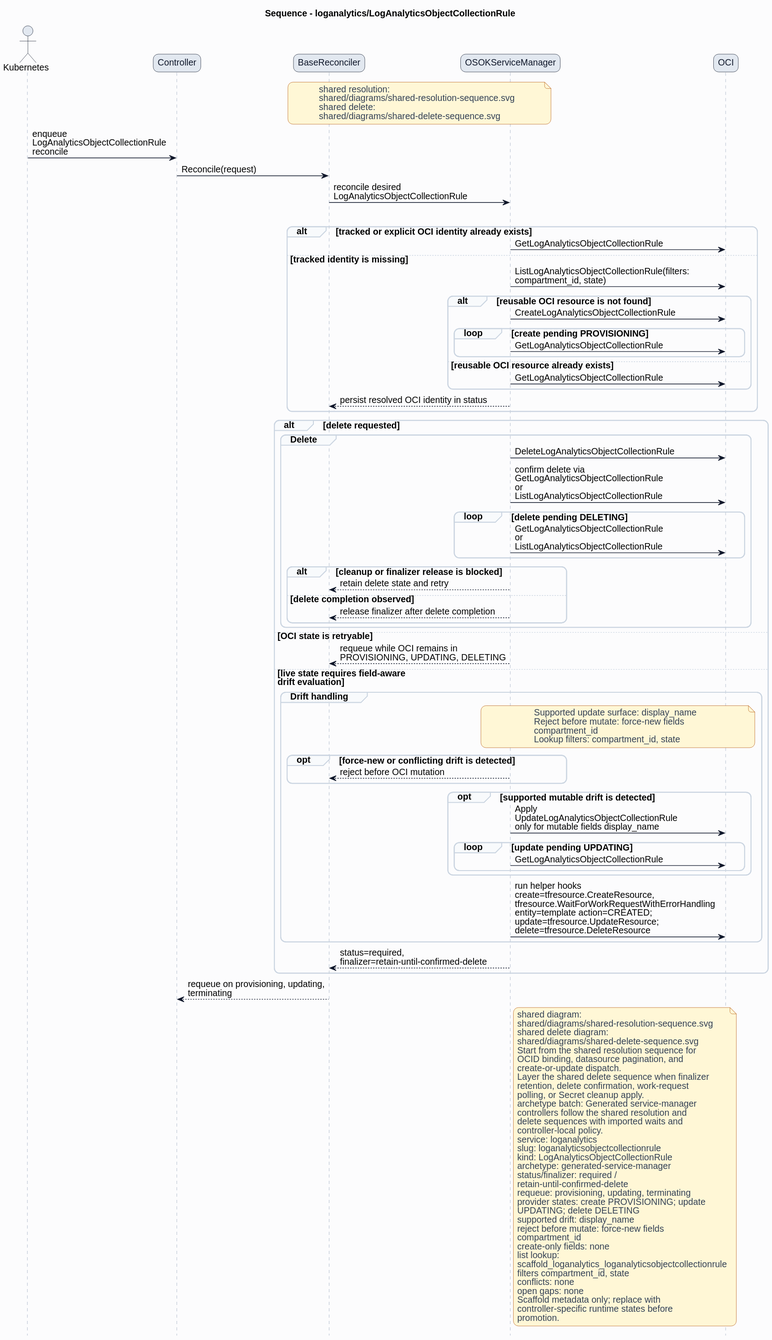
This is formal/controllers/loganalytics/loganalyticsobjectcollectionrule/diagrams/sequence.svg from HaoyL666/oci-service-operator, a PlantUML export, as it was before one commit.
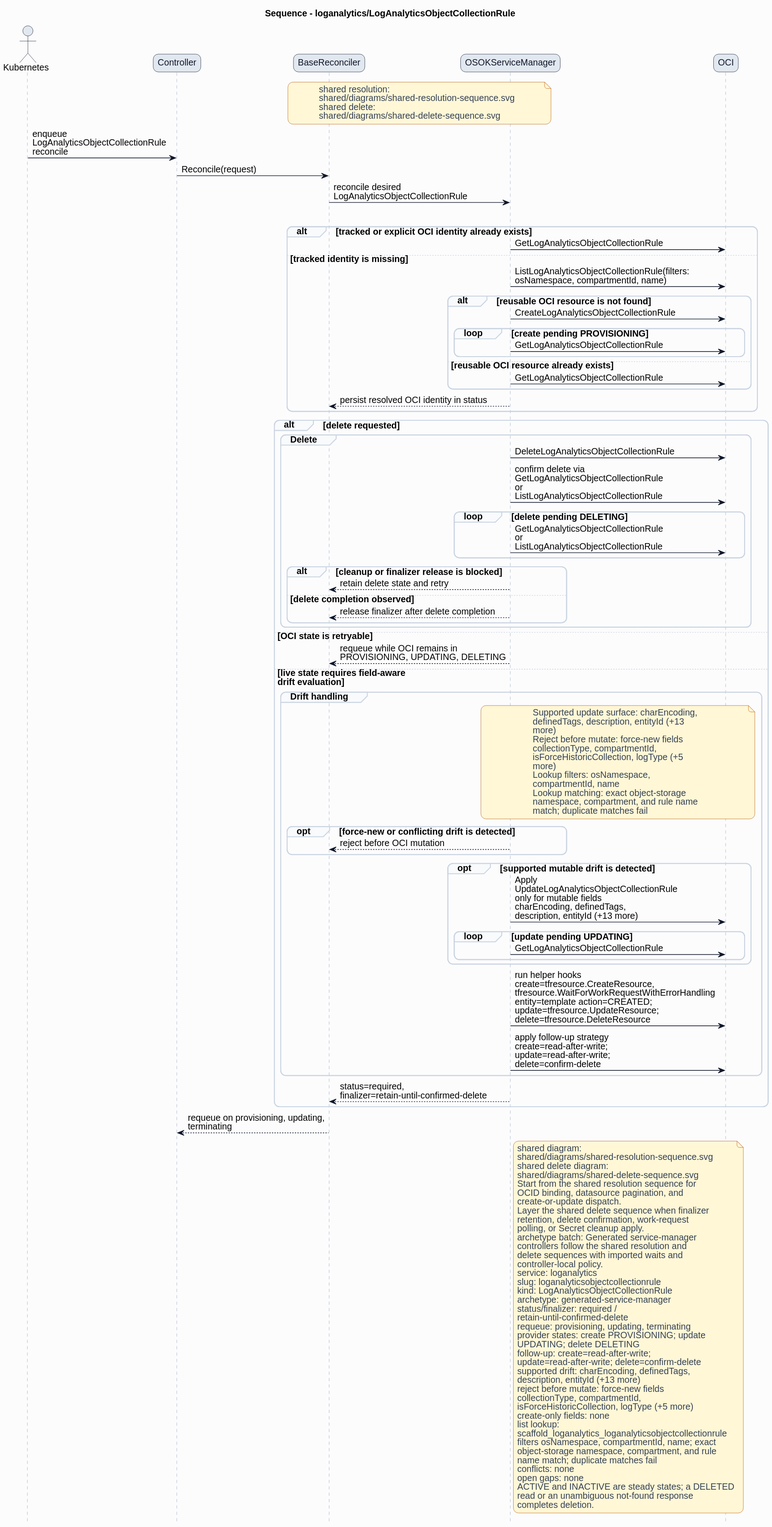
The same diagram one commit later.

Change to the diagram source:
```diff
@@ -38,7 +38,7 @@
 alt tracked or explicit OCI identity already exists
 ServiceManager -> OCI: GetLogAnalyticsObjectCollectionRule
 else tracked identity is missing
-ServiceManager -> OCI: ListLogAnalyticsObjectCollectionRule(filters:\ncompartment_id, state)
+ServiceManager -> OCI: ListLogAnalyticsObjectCollectionRule(filters:\nosNamespace, compartmentId, name)
 alt reusable OCI resource is not found
 ServiceManager -> OCI: CreateLogAnalyticsObjectCollectionRule
 loop create pending PROVISIONING
@@ -67,21 +67,30 @@
 else live state requires field-aware\ndrift evaluation
 group Drift handling
 note over ServiceManager,OCI
-Supported update surface: display_name
+Supported update surface: charEncoding,
+definedTags, description, entityId (+13
+more)
 Reject before mutate: force-new fields
-compartment_id
-Lookup filters: compartment_id, state
+collectionType, compartmentId,
+isForceHistoricCollection, logType (+5
+more)
+Lookup filters: osNamespace,
+compartmentId, name
+Lookup matching: exact object-storage
+namespace, compartment, and rule name
+match; duplicate matches fail
 end note
 opt force-new or conflicting drift is detected
 ServiceManager --> BaseReconciler: reject before OCI mutation
 end
 opt supported mutable drift is detected
-ServiceManager -> OCI: Apply\nUpdateLogAnalyticsObjectCollectionRule\nonly for mutable fields display_name
+ServiceManager -> OCI: Apply\nUpdateLogAnalyticsObjectCollectionRule\nonly for mutable fields\ncharEncoding, definedTags,\ndescription, entityId (+13 more)
 loop update pending UPDATING
 ServiceManager -> OCI: GetLogAnalyticsObjectCollectionRule
 end
 end
 ServiceManager -> OCI: run helper hooks\ncreate=tfresource.CreateResource,\ntfresource.WaitForWorkRequestWithErrorHandling\nentity=template action=CREATED;\nupdate=tfresource.UpdateResource;\ndelete=tfresource.DeleteResource
+ServiceManager -> OCI: apply follow-up strategy\ncreate=read-after-write;\nupdate=read-after-write;\ndelete=confirm-delete
 end
 ServiceManager --> BaseReconciler: status=required,\nfinalizer=retain-until-confirmed-delete
 end
@@ -110,17 +119,23 @@
 requeue: provisioning, updating, terminating
 provider states: create PROVISIONING; update
 UPDATING; delete DELETING
-supported drift: display_name
+follow-up: create=read-after-write;
+update=read-after-write; delete=confirm-delete
+supported drift: charEncoding, definedTags,
+description, entityId (+13 more)
 reject before mutate: force-new fields
-compartment_id
+collectionType, compartmentId,
+isForceHistoricCollection, logType (+5 more)
 create-only fields: none
 list lookup:
 scaffold_loganalytics_loganalyticsobjectcollectionrule
-filters compartment_id, state
+filters osNamespace, compartmentId, name; exact
+object-storage namespace, compartment, and rule
+name match; duplicate matches fail
 conflicts: none
 open gaps: none
-Scaffold metadata only; replace with
-controller-specific runtime states before
-promotion.
+ACTIVE and INACTIVE are steady states; a DELETED
+read or an unambiguous not-found response
+completes deletion.
 end note
 @enduml
```
